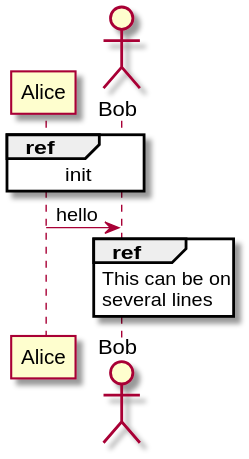
paskahlisanjas/diagram-as-code keeps this PlantUML diagram as new-diagram.svg. Above is the earlier version.
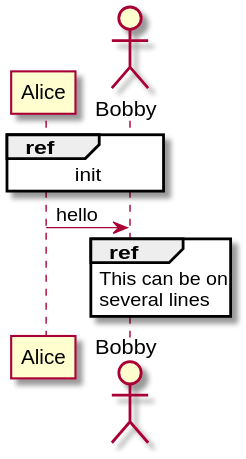
Later version of the same file.

Commit message:
chore: re-generate UML diagrams

The edit, as a diff of the source:
```diff
@@ -1,12 +1,12 @@
 @startuml
 participant Alice
-actor Bob
+actor Bobby
 
-ref over Alice, Bob : init
+ref over Alice, Bobby : init
 
-Alice -> Bob : hello
+Alice -> Bobby : hello
 
-ref over Bob
+ref over Bobby
   This can be on
   several lines
 end ref
```
